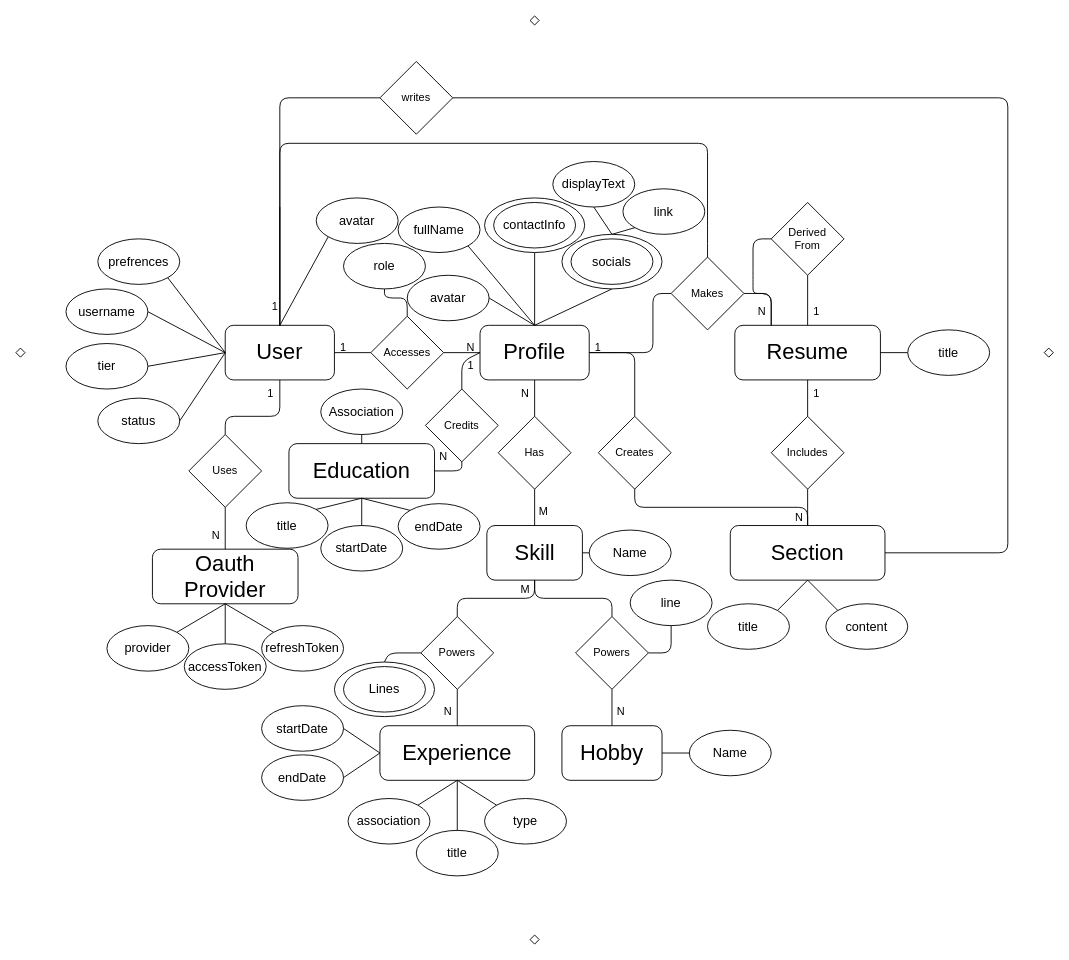
youssef-hsn/career-magnet keeps this draw.io diagram as page "Youssef Al-Hassan ER" (1 of 2) of diagrams/Entity Relationship Diagram.drawio. Above is the earlier version. Source tidied: cells renumbered, new cells numbered last; positions are measured from the earlier drawing's top-left corner, leaving out a move shared by most shapes. Both pictures are drawn from the tidied source at 91%, with x=0, y=0 at pixel (15, 15).
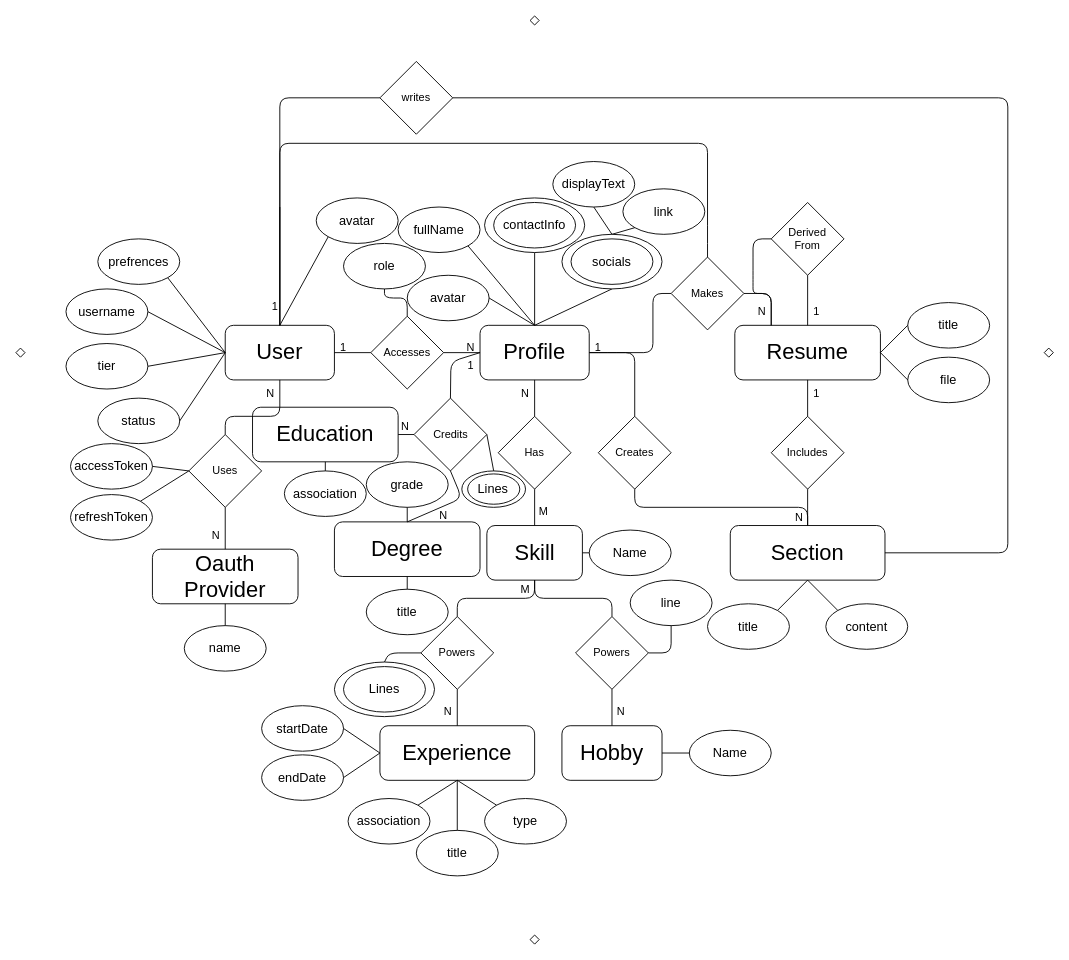
The same diagram, later.

Commit message:
📋 Finalize(ERD)

Unchanged cells that the change refers to:
```xml
<mxCell id="3" value="&lt;font style=&quot;font-size: 24px;&quot;&gt;Oauth Provider&lt;/font&gt;" style="rounded=1;whiteSpace=wrap;html=1;" parent="1" vertex="1">
  <mxGeometry x="150" y="586" width="160" height="60" as="geometry" />
</mxCell>
<mxCell id="4" value="&lt;font style=&quot;font-size: 24px;&quot;&gt;Resume&lt;/font&gt;" style="rounded=1;whiteSpace=wrap;html=1;" parent="1" vertex="1">
  <mxGeometry x="790" y="340" width="160" height="60" as="geometry" />
</mxCell>
<mxCell id="8" value="&lt;font style=&quot;font-size: 24px;&quot;&gt;Profile&lt;/font&gt;" style="rounded=1;whiteSpace=wrap;html=1;" parent="1" vertex="1">
  <mxGeometry x="510" y="340" width="120" height="60" as="geometry" />
</mxCell>
<mxCell id="11" value="Uses" style="rhombus;whiteSpace=wrap;html=1;" parent="1" vertex="1">
  <mxGeometry x="190" y="460" width="80" height="80" as="geometry" />
</mxCell>
```

The edit, as a diff of the source:
```diff
@@
     <mxCell id="5" value="&lt;font style=&quot;font-size: 24px;&quot;&gt;Education&lt;/font&gt;" style="rounded=1;whiteSpace=wrap;html=1;" parent="1" vertex="1">
-      <mxGeometry x="300" y="470" width="160" height="60" as="geometry" />
+      <mxGeometry x="260" y="430" width="160" height="60" as="geometry" />
     </mxCell>
@@
-    <mxCell id="14" value="1" style="text;html=1;align=center;verticalAlign=middle;whiteSpace=wrap;rounded=0;" parent="1" vertex="1">
+    <mxCell id="14" value="N" style="text;html=1;align=center;verticalAlign=middle;whiteSpace=wrap;rounded=0;" parent="1" vertex="1">
       <mxGeometry x="270" y="400" width="20" height="30" as="geometry" />
     </mxCell>
@@
     <mxCell id="39" value="Credits" style="rhombus;whiteSpace=wrap;html=1;" parent="1" vertex="1">
-      <mxGeometry x="450" y="410" width="80" height="80" as="geometry" />
+      <mxGeometry x="437.5" y="420" width="80" height="80" as="geometry" />
     </mxCell>
@@
-    <mxCell id="42" style="endArrow=none;html=1;exitX=1;exitY=0.5;exitDx=0;exitDy=0;entryX=0.5;entryY=1;entryDx=0;entryDy=0;" parent="1" edge="1" source="5" target="39">
-      <mxGeometry relative="1" as="geometry">
-        <Array as="points">
-          <mxPoint x="490" y="500" />
-        </Array>
-      </mxGeometry>
-    </mxCell>
     <mxCell id="43" value="N" style="text;html=1;align=center;verticalAlign=middle;whiteSpace=wrap;rounded=0;" parent="1" vertex="1">
-      <mxGeometry x="460" y="470" width="20" height="30" as="geometry" />
+      <mxGeometry x="417.5" y="437" width="20" height="30" as="geometry" />
     </mxCell>
@@
     <mxCell id="46" style="endArrow=none;html=1;exitX=0.5;exitY=0;exitDx=0;exitDy=0;entryX=0;entryY=0.5;entryDx=0;entryDy=0;" parent="1" edge="1" source="39" target="8">
       <mxGeometry relative="1" as="geometry">
         <Array as="points">
-          <mxPoint x="490" y="380" />
+          <mxPoint x="478" y="380" />
         </Array>
       </mxGeometry>
     </mxCell>
@@
-    <mxCell id="58" value="provider" style="ellipse;whiteSpace=wrap;html=1;fontSize=14;" parent="1" vertex="1">
-      <mxGeometry x="100" y="670" width="90" height="50" as="geometry" />
+    <mxCell id="58" value="name" style="ellipse;whiteSpace=wrap;html=1;fontSize=14;" parent="1" vertex="1">
+      <mxGeometry x="185" y="670" width="90" height="50" as="geometry" />
     </mxCell>
@@
-    <mxCell id="60" style="endArrow=none;html=1;exitX=1;exitY=0;exitDx=0;exitDy=0;entryX=0.5;entryY=1;entryDx=0;entryDy=0;" parent="1" edge="1" source="58" target="3">
+    <mxCell id="60" style="endArrow=none;html=1;exitX=0.5;exitY=0;exitDx=0;exitDy=0;entryX=0.5;entryY=1;entryDx=0;entryDy=0;" parent="1" edge="1" source="58" target="3">
       <mxGeometry relative="1" as="geometry" />
     </mxCell>
     <mxCell id="61" value="refreshToken" style="ellipse;whiteSpace=wrap;html=1;fontSize=14;" parent="1" vertex="1">
-      <mxGeometry x="270" y="670" width="90" height="50" as="geometry" />
+      <mxGeometry x="60" y="526" width="90" height="50" as="geometry" />
     </mxCell>
-    <mxCell id="62" style="endArrow=none;html=1;exitX=0;exitY=0;exitDx=0;exitDy=0;entryX=0.5;entryY=1;entryDx=0;entryDy=0;" parent="1" edge="1" source="61" target="3">
+    <mxCell id="62" style="endArrow=none;html=1;exitX=1;exitY=0;exitDx=0;exitDy=0;entryX=0;entryY=0.5;entryDx=0;entryDy=0;" parent="1" edge="1" source="61" target="11">
       <mxGeometry relative="1" as="geometry" />
     </mxCell>
     <mxCell id="63" value="accessToken" style="ellipse;whiteSpace=wrap;html=1;fontSize=14;fontStyle=0;" parent="1" vertex="1">
-      <mxGeometry x="185" y="690" width="90" height="50" as="geometry" />
+      <mxGeometry x="60" y="470" width="90" height="50" as="geometry" />
     </mxCell>
-    <mxCell id="64" style="endArrow=none;html=1;entryX=0.5;entryY=1;entryDx=0;entryDy=0;exitX=0.5;exitY=0;exitDx=0;exitDy=0;" parent="1" edge="1" source="63" target="3">
+    <mxCell id="64" style="endArrow=none;html=1;entryX=0;entryY=0.5;entryDx=0;entryDy=0;exitX=1;exitY=0.5;exitDx=0;exitDy=0;" parent="1" edge="1" source="63" target="11">
       <mxGeometry relative="1" as="geometry" />
     </mxCell>
-    <mxCell id="65" value="&lt;font&gt;startDate&lt;/font&gt;" style="ellipse;whiteSpace=wrap;html=1;fontSize=14;" parent="1" vertex="1">
-      <mxGeometry x="335" y="560" width="90" height="50" as="geometry" />
+    <mxCell id="65" value="&lt;font&gt;association&lt;/font&gt;" style="ellipse;whiteSpace=wrap;html=1;fontSize=14;" parent="1" vertex="1">
+      <mxGeometry x="295" y="500" width="90" height="50" as="geometry" />
     </mxCell>
-    <mxCell id="66" value="&lt;font&gt;endDate&lt;/font&gt;" style="ellipse;whiteSpace=wrap;html=1;fontSize=14;" parent="1" vertex="1">
-      <mxGeometry x="420" y="536" width="90" height="50" as="geometry" />
-    </mxCell>
-    <mxCell id="67" value="&lt;font&gt;title&lt;/font&gt;" style="ellipse;whiteSpace=wrap;html=1;fontSize=14;" parent="1" vertex="1">
-      <mxGeometry x="253" y="535" width="90" height="50" as="geometry" />
-    </mxCell>
-    <mxCell id="68" style="endArrow=none;html=1;exitX=1;exitY=0;exitDx=0;exitDy=0;entryX=0.5;entryY=1;entryDx=0;entryDy=0;" parent="1" edge="1" source="67" target="5">
-      <mxGeometry relative="1" as="geometry" />
-    </mxCell>
@@
-    <mxCell id="70" style="endArrow=none;html=1;exitX=0;exitY=0;exitDx=0;exitDy=0;entryX=0.5;entryY=1;entryDx=0;entryDy=0;" parent="1" edge="1" source="66" target="5">
-      <mxGeometry relative="1" as="geometry" />
-    </mxCell>
-    <mxCell id="71" value="&lt;font&gt;Association&lt;/font&gt;" style="ellipse;whiteSpace=wrap;html=1;fontSize=14;" parent="1" vertex="1">
-      <mxGeometry x="335" y="410" width="90" height="50" as="geometry" />
-    </mxCell>
-    <mxCell id="72" style="endArrow=none;html=1;exitX=0.5;exitY=0;exitDx=0;exitDy=0;entryX=0.5;entryY=1;entryDx=0;entryDy=0;" parent="1" edge="1" source="5" target="71">
-      <mxGeometry relative="1" as="geometry" />
-    </mxCell>
@@
     <mxCell id="104" value="&lt;font&gt;title&lt;/font&gt;" style="ellipse;whiteSpace=wrap;html=1;fontSize=14;" parent="1" vertex="1">
-      <mxGeometry x="980" y="345" width="90" height="50" as="geometry" />
+      <mxGeometry x="980" y="315" width="90" height="50" as="geometry" />
     </mxCell>
@@
+    <mxCell id="136" value="file" style="ellipse;whiteSpace=wrap;html=1;fontSize=14;" parent="1" vertex="1">
+      <mxGeometry x="980" y="375" width="90" height="50" as="geometry" />
+    </mxCell>
+    <mxCell id="137" style="endArrow=none;html=1;exitX=1;exitY=0.5;exitDx=0;exitDy=0;entryX=0;entryY=0.5;entryDx=0;entryDy=0;" parent="1" edge="1" source="4" target="136">
+      <mxGeometry relative="1" as="geometry" />
+    </mxCell>
+    <mxCell id="42" style="endArrow=none;html=1;entryX=0;entryY=0.5;entryDx=0;entryDy=0;" parent="1" edge="1" source="5" target="39">
+      <mxGeometry relative="1" as="geometry" />
+    </mxCell>
+    <mxCell id="138" value="&lt;font style=&quot;font-size: 24px;&quot;&gt;Degree&lt;/font&gt;" style="rounded=1;whiteSpace=wrap;html=1;" parent="1" vertex="1">
+      <mxGeometry x="350" y="556" width="160" height="60" as="geometry" />
+    </mxCell>
+    <mxCell id="67" value="title" style="ellipse;whiteSpace=wrap;html=1;fontSize=14;" parent="1" vertex="1">
+      <mxGeometry x="385" y="630" width="90" height="50" as="geometry" />
+    </mxCell>
+    <mxCell id="139" style="endArrow=none;html=1;exitX=0.5;exitY=0;exitDx=0;exitDy=0;entryX=0.5;entryY=1;entryDx=0;entryDy=0;" parent="1" edge="1" source="67" target="138">
+      <mxGeometry relative="1" as="geometry" />
+    </mxCell>
+    <mxCell id="140" value="grade" style="ellipse;whiteSpace=wrap;html=1;fontSize=14;" parent="1" vertex="1">
+      <mxGeometry x="385" y="490" width="90" height="50" as="geometry" />
+    </mxCell>
+    <mxCell id="141" style="endArrow=none;html=1;exitX=0.5;exitY=0;exitDx=0;exitDy=0;entryX=0.5;entryY=1;entryDx=0;entryDy=0;" parent="1" edge="1" source="138" target="140">
+      <mxGeometry relative="1" as="geometry" />
+    </mxCell>
+    <mxCell id="142" style="endArrow=none;html=1;exitX=0.5;exitY=0;exitDx=0;exitDy=0;entryX=0.5;entryY=1;entryDx=0;entryDy=0;" parent="1" edge="1" source="138" target="39">
+      <mxGeometry relative="1" as="geometry">
+        <Array as="points">
+          <mxPoint x="490" y="530" />
+        </Array>
+      </mxGeometry>
+    </mxCell>
+    <mxCell id="143" value="N" style="text;html=1;align=center;verticalAlign=middle;whiteSpace=wrap;rounded=0;" parent="1" vertex="1">
+      <mxGeometry x="460" y="534" width="20" height="30" as="geometry" />
+    </mxCell>
+    <mxCell id="144" style="group;" parent="1" vertex="1">
+      <mxGeometry x="490" y="500" width="70" height="40" as="geometry" />
+    </mxCell>
+    <mxCell id="145" style="ellipse;whiteSpace=wrap;html=1;" parent="144" vertex="1">
+      <mxGeometry width="70" height="40" as="geometry" />
+    </mxCell>
+    <mxCell id="146" value="&lt;font&gt;Lines&lt;/font&gt;" style="ellipse;whiteSpace=wrap;html=1;fontSize=14;" parent="144" vertex="1">
+      <mxGeometry x="6.4" y="3.3" width="57.3" height="33.3" as="geometry" />
+    </mxCell>
+    <mxCell id="147" style="endArrow=none;html=1;entryX=1;entryY=0.5;entryDx=0;entryDy=0;exitX=0.5;exitY=0;exitDx=0;exitDy=0;" parent="1" edge="1" source="145" target="39">
+      <mxGeometry relative="1" as="geometry" />
+    </mxCell>
```
